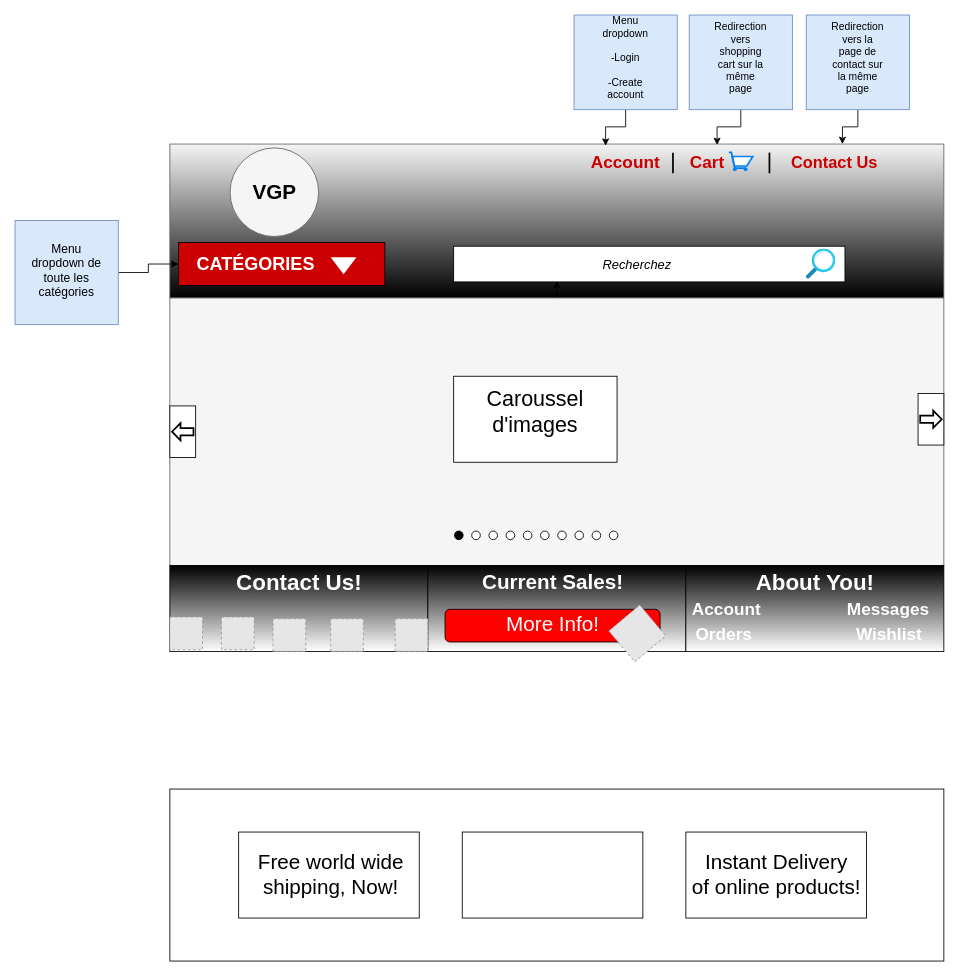
The draw.io diagram Untitled Diagram.drawio in At0micA55/school_stuff, before the edit. Source tidied: cells renumbered, new cells numbered last; positions are measured from the earlier drawing's top-left corner, leaving out a move shared by most shapes. Both pictures are drawn from the tidied source at 86%, with x=0, y=0 at pixel (15, 15). Pictures stored in the file or linked from it are replaced by grey dashed boxes.
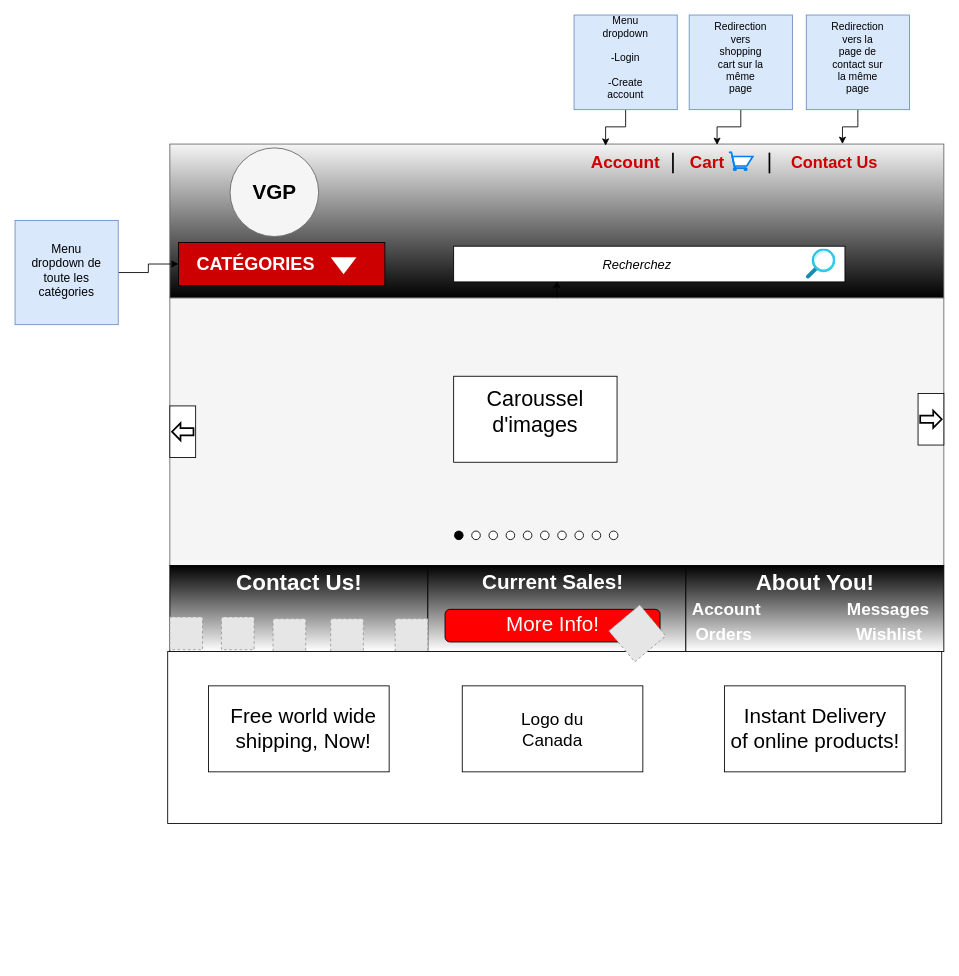
The same diagram, later.

The edit, as a diff of the source:
```diff
@@
     <mxCell id="33" style="rounded=0;whiteSpace=wrap;html=1;" parent="1" vertex="1">
-      <mxGeometry x="180" y="900" width="900" height="200" as="geometry" />
+      <mxGeometry x="177.5" y="740" width="900" height="200" as="geometry" />
     </mxCell>
@@
     <mxCell id="36" style="rounded=0;whiteSpace=wrap;html=1;" parent="1" vertex="1">
-      <mxGeometry x="260" y="950" width="210" height="100" as="geometry" />
+      <mxGeometry x="225" y="780" width="210" height="100" as="geometry" />
     </mxCell>
@@
     <mxCell id="39" value="&lt;span style=&quot;font-size: 24px&quot;&gt;Free world wide&lt;br&gt;shipping, Now!&lt;/span&gt;" style="text;html=1;align=center;verticalAlign=middle;fillColor=none;strokeColor=none;rounded=0;" parent="1" vertex="1">
-      <mxGeometry x="257" y="980" width="220" height="40" as="geometry" />
+      <mxGeometry x="225" y="810" width="220" height="40" as="geometry" />
     </mxCell>
@@
     <mxCell id="42" style="rounded=0;whiteSpace=wrap;html=1;" parent="1" vertex="1">
-      <mxGeometry x="520" y="950" width="210" height="100" as="geometry" />
+      <mxGeometry x="520" y="780" width="210" height="100" as="geometry" />
     </mxCell>
@@
     <mxCell id="45" style="rounded=0;whiteSpace=wrap;html=1;" parent="1" vertex="1">
-      <mxGeometry x="780" y="950" width="210" height="100" as="geometry" />
+      <mxGeometry x="825" y="780" width="210" height="100" as="geometry" />
     </mxCell>
@@
     <mxCell id="48" value="&lt;font style=&quot;font-size: 24px&quot;&gt;Instant Delivery &lt;br&gt;of online products!&lt;/font&gt;" style="text;html=1;align=center;verticalAlign=middle;fillColor=none;strokeColor=none;rounded=0;rotation=0;" parent="1" vertex="1">
-      <mxGeometry x="780" y="980" width="210" height="40" as="geometry" />
+      <mxGeometry x="825" y="810" width="210" height="40" as="geometry" />
     </mxCell>
@@
+    <mxCell id="73" value="&lt;font style=&quot;font-size: 20px&quot;&gt;Logo du Canada&lt;/font&gt;" style="text;html=1;strokeColor=none;fillColor=none;align=center;verticalAlign=middle;whiteSpace=wrap;rounded=0;" parent="1" vertex="1">
+      <mxGeometry x="570" y="820" width="110" height="20" as="geometry" />
+    </mxCell>
```
